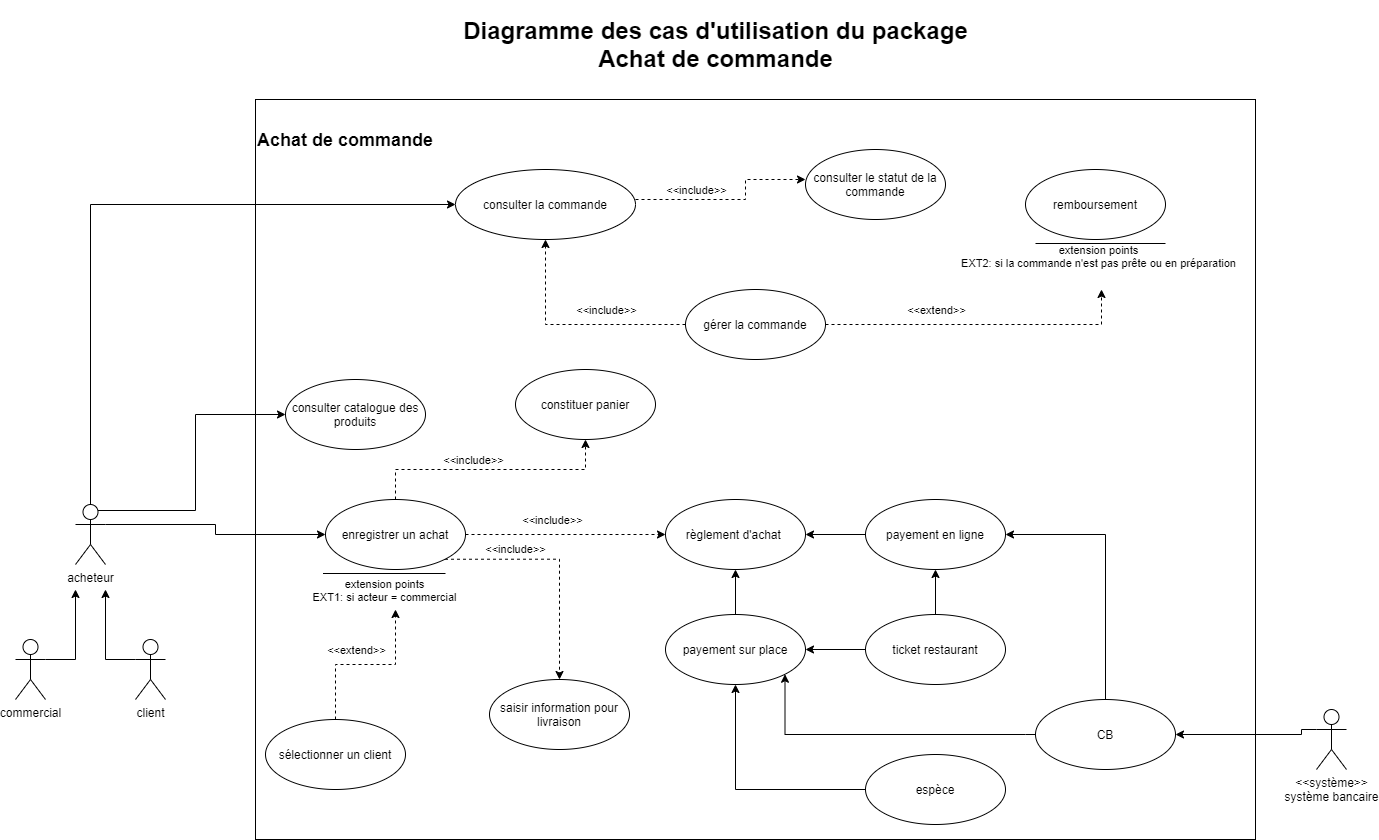
Before: Spécifications fonctionnelles/Diagrammes/diagramme d'achat de commande.png, a diagram exported from draw.io (HBaraa/P4_OC-pizza). Source tidied: cells renumbered, new cells last; positions are measured from the earlier drawing's top-left corner, leaving out a move shared by most shapes.
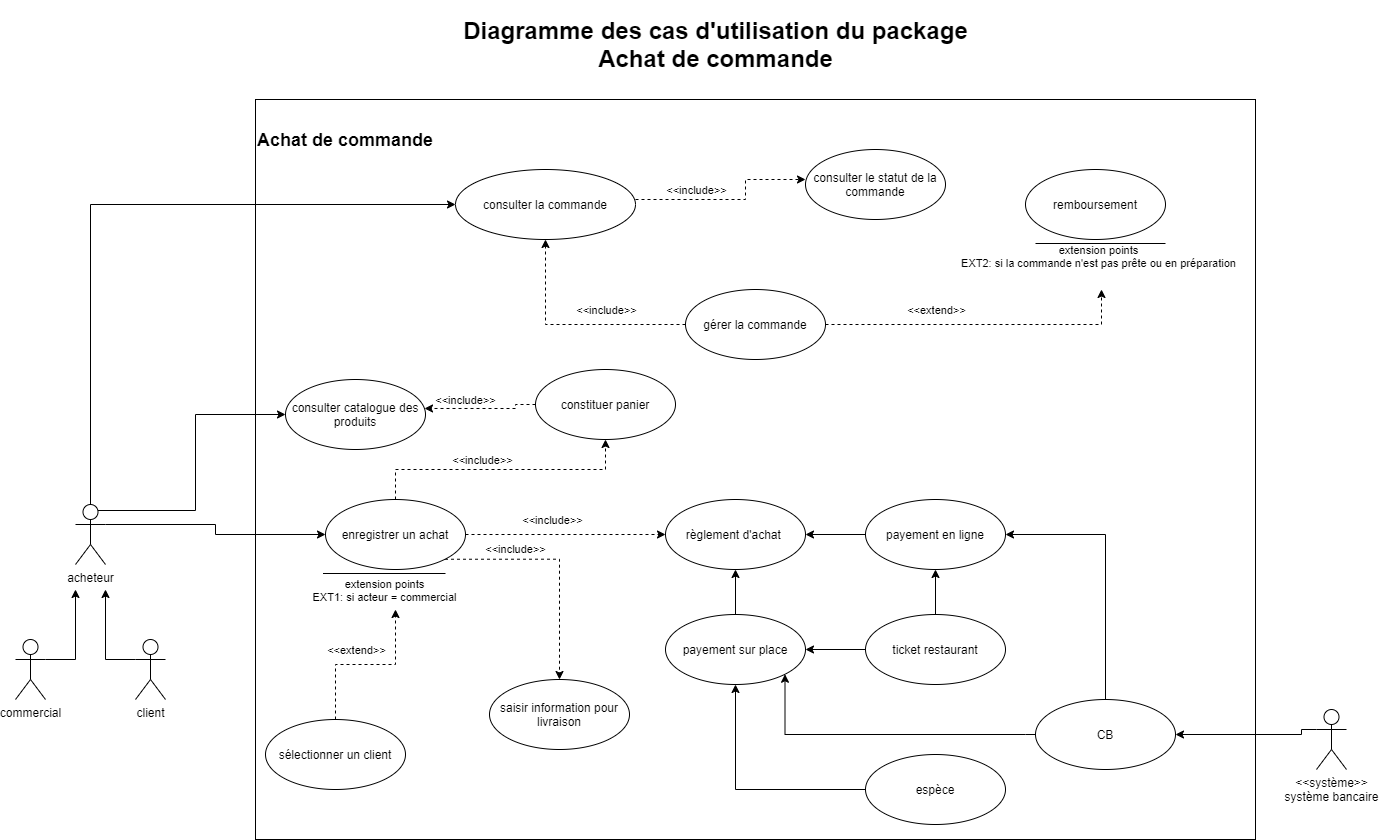
Above is the later version.

Diff of the diagram source:
```diff
@@ -73,8 +73,21 @@
     <mxCell id="19" value="enregistrer un achat" style="ellipse;whiteSpace=wrap;html=1;" parent="1" vertex="1">
       <mxGeometry x="310" y="490" width="140" height="70" as="geometry" />
     </mxCell>
+    <mxCell id="54" style="edgeStyle=orthogonalEdgeStyle;rounded=0;jettySize=auto;html=1;exitX=0;exitY=0.5;exitDx=0;exitDy=0;entryX=0.993;entryY=0.414;entryDx=0;entryDy=0;entryPerimeter=0;dashed=1;" parent="1" edge="1" source="20" target="12">
+      <mxGeometry relative="1" as="geometry">
+        <Array as="points">
+          <mxPoint x="500" y="395" />
+          <mxPoint x="500" y="399" />
+        </Array>
+      </mxGeometry>
+    </mxCell>
+    <mxCell id="55" value="&amp;lt;&amp;lt;include&amp;gt;&amp;gt;" style="edgeLabel;html=1;align=center;verticalAlign=middle;" parent="54" vertex="1">
+      <mxGeometry x="-0.15" y="1" relative="1" as="geometry">
+        <mxPoint x="-25" y="-10" as="offset" />
+      </mxGeometry>
+    </mxCell>
     <mxCell id="20" value="constituer panier" style="ellipse;whiteSpace=wrap;html=1;" parent="1" vertex="1">
-      <mxGeometry x="500" y="360" width="140" height="70" as="geometry" />
+      <mxGeometry x="520" y="360" width="140" height="70" as="geometry" />
     </mxCell>
     <mxCell id="21" value="règlement d'achat&amp;nbsp;" style="ellipse;whiteSpace=wrap;html=1;" parent="1" vertex="1">
       <mxGeometry x="650" y="490" width="140" height="70" as="geometry" />
```
